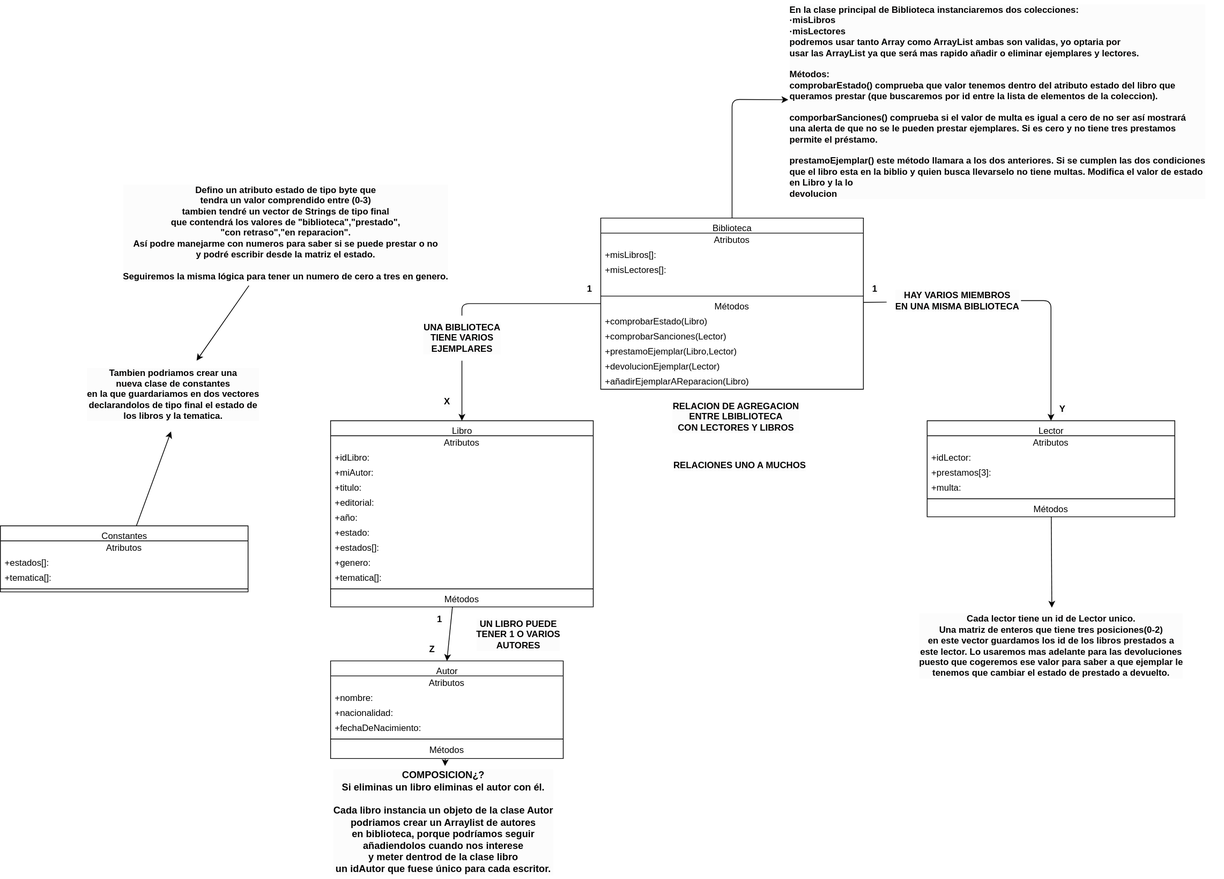
Before: Diagramas UML/Ejercicio 2.drawio.svg, a diagram exported from draw.io (MateoCarballo/Ejercicios-Diagramas-AulaVirtual). Source tidied: cells renumbered, new cells last; positions are measured from the earlier drawing's top-left corner, leaving out a move shared by most shapes.
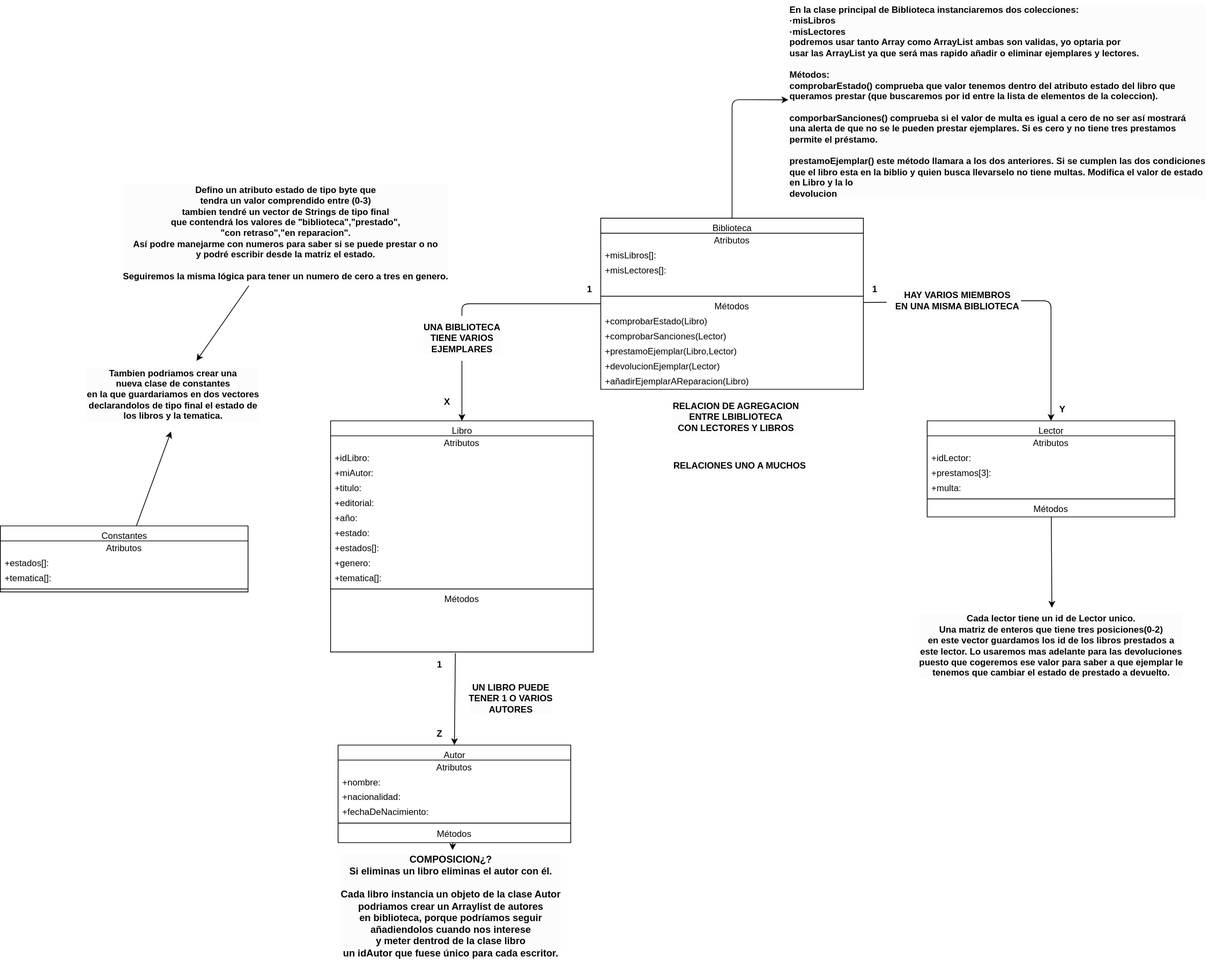
Later version of the same file.

Commit message:
Ejercicio 4 a medio camino

The edit, as a diff of the source:
```diff
@@ -57,11 +57,11 @@
     <mxCell id="16" value="+añadirEjemplarAReparacion(Libro)&lt;span style=&quot;white-space: pre;&quot;&gt;&#9;&lt;/span&gt;&lt;span style=&quot;white-space: pre;&quot;&gt;&#9;&lt;/span&gt;&lt;span style=&quot;white-space: pre;&quot;&gt;&#9;&lt;/span&gt;&lt;span style=&quot;white-space: pre;&quot;&gt;&#9;&lt;/span&gt;void" style="text;html=1;strokeColor=none;fillColor=none;align=left;verticalAlign=middle;spacingLeft=4;spacingRight=4;overflow=hidden;rounded=0;" parent="5" vertex="1">
       <mxGeometry y="208" width="350" height="20" as="geometry" />
     </mxCell>
-    <mxCell id="17" style="edgeStyle=none;html=1;entryX=0.5;entryY=0;entryDx=0;entryDy=0;" parent="1" edge="1" source="18" target="32">
+    <mxCell id="17" style="edgeStyle=none;html=1;entryX=0.5;entryY=0;entryDx=0;entryDy=0;exitX=0.475;exitY=1.082;exitDx=0;exitDy=0;exitPerimeter=0;" parent="1" edge="1" source="75" target="32">
       <mxGeometry relative="1" as="geometry" />
     </mxCell>
     <mxCell id="18" value="Libro" style="swimlane;fontStyle=0;align=center;verticalAlign=top;horizontal=1;startSize=20;html=1;rounded=0;swimlaneFillColor=default;" parent="1" vertex="1">
-      <mxGeometry x="440" y="560" width="350" height="248" as="geometry" />
+      <mxGeometry x="440" y="560" width="350" height="308" as="geometry" />
     </mxCell>
     <mxCell id="19" value="Atributos" style="text;html=1;strokeColor=none;fillColor=none;align=center;verticalAlign=middle;spacingLeft=4;spacingRight=4;overflow=hidden;rounded=0;" parent="18" vertex="1">
       <mxGeometry y="20" width="350" height="20" as="geometry" />
@@ -99,11 +99,20 @@
     <mxCell id="30" value="Métodos" style="text;html=1;strokeColor=none;fillColor=none;align=center;verticalAlign=middle;spacingLeft=4;spacingRight=4;overflow=hidden;rounded=0;" parent="18" vertex="1">
       <mxGeometry y="228" width="350" height="20" as="geometry" />
     </mxCell>
+    <mxCell id="73" style="text;html=1;strokeColor=none;fillColor=none;align=center;verticalAlign=middle;spacingLeft=4;spacingRight=4;overflow=hidden;rounded=0;" parent="18" vertex="1">
+      <mxGeometry y="248" width="350" height="20" as="geometry" />
+    </mxCell>
+    <mxCell id="74" style="text;html=1;strokeColor=none;fillColor=none;align=center;verticalAlign=middle;spacingLeft=4;spacingRight=4;overflow=hidden;rounded=0;" parent="18" vertex="1">
+      <mxGeometry y="268" width="350" height="20" as="geometry" />
+    </mxCell>
+    <mxCell id="75" style="text;html=1;strokeColor=none;fillColor=none;align=center;verticalAlign=middle;spacingLeft=4;spacingRight=4;overflow=hidden;points=[[0,0.5],[1,0.5]];portConstraint=eastwest;rounded=0;" parent="18" vertex="1">
+      <mxGeometry y="288" width="350" height="20" as="geometry" />
+    </mxCell>
     <mxCell id="31" style="edgeStyle=none;html=1;" parent="1" edge="1" source="32" target="39">
       <mxGeometry relative="1" as="geometry" />
     </mxCell>
     <mxCell id="32" value="Autor" style="swimlane;fontStyle=0;align=center;verticalAlign=top;horizontal=1;startSize=20;html=1;rounded=0;swimlaneFillColor=default;" parent="1" vertex="1">
-      <mxGeometry x="440" y="880" width="310" height="130" as="geometry" />
+      <mxGeometry x="450" y="992" width="310" height="130" as="geometry" />
     </mxCell>
     <mxCell id="33" value="Atributos" style="text;html=1;strokeColor=none;fillColor=none;align=center;verticalAlign=middle;spacingLeft=4;spacingRight=4;overflow=hidden;rounded=0;" parent="32" vertex="1">
       <mxGeometry y="20" width="310" height="20" as="geometry" />
@@ -124,7 +133,7 @@
       <mxGeometry y="108" width="310" height="22" as="geometry" />
     </mxCell>
     <mxCell id="39" value="COMPOSICION¿?&lt;br&gt;Si eliminas un libro eliminas el autor con él.&lt;br&gt;&lt;br&gt;Cada libro instancia un objeto de la clase Autor&lt;br style=&quot;font-size: 13px;&quot;&gt;podriamos crear un Arraylist de autores&lt;br style=&quot;font-size: 13px;&quot;&gt;&amp;nbsp;en biblioteca, porque podríamos seguir&amp;nbsp;&lt;br style=&quot;font-size: 13px;&quot;&gt;añadiendolos cuando nos interese &lt;br style=&quot;font-size: 13px;&quot;&gt;y meter dentrod de la clase libro&lt;br style=&quot;font-size: 13px;&quot;&gt;un idAutor que fuese único para cada escritor." style="text;html=1;align=center;verticalAlign=middle;points=[];strokeColor=none;fillColor=none;fontColor=#050505;labelBackgroundColor=#fcfcfc;fontStyle=1;fontSize=13;rounded=0;" parent="1" vertex="1">
-      <mxGeometry x="430" y="1020" width="320" height="150" as="geometry" />
+      <mxGeometry x="440" y="1132" width="320" height="150" as="geometry" />
     </mxCell>
     <mxCell id="40" style="edgeStyle=none;html=1;fontSize=13;fontColor=#050505;rounded=0;" parent="1" edge="1" source="41" target="58">
       <mxGeometry relative="1" as="geometry" />
@@ -201,13 +210,13 @@
       <mxGeometry x="1400" y="530" width="30" height="30" as="geometry" />
     </mxCell>
     <mxCell id="64" value="1" style="text;html=1;align=center;verticalAlign=middle;strokeColor=none;fillColor=none;fontStyle=1;fontSize=12;labelPosition=center;verticalLabelPosition=middle;labelBackgroundColor=#fcfcfc;fontColor=#030202;rounded=0;" parent="1" vertex="1">
-      <mxGeometry x="570" y="810" width="30" height="30" as="geometry" />
+      <mxGeometry x="570" y="870" width="30" height="30" as="geometry" />
     </mxCell>
     <mxCell id="65" value="Z" style="text;html=1;align=center;verticalAlign=middle;strokeColor=none;fillColor=none;fontStyle=1;fontSize=12;labelPosition=center;verticalLabelPosition=middle;labelBackgroundColor=#fcfcfc;fontColor=#030202;rounded=0;" parent="1" vertex="1">
-      <mxGeometry x="560" y="850" width="30" height="30" as="geometry" />
+      <mxGeometry x="570" y="962" width="30" height="30" as="geometry" />
     </mxCell>
     <mxCell id="66" value="UN LIBRO PUEDE&lt;br&gt;TENER 1 O VARIOS&amp;nbsp;&lt;br&gt;AUTORES" style="text;html=1;align=center;verticalAlign=middle;strokeColor=none;fillColor=none;fontStyle=1;fontSize=12;labelPosition=center;verticalLabelPosition=middle;labelBackgroundColor=#fcfcfc;fontColor=#030202;rounded=0;" parent="1" vertex="1">
-      <mxGeometry x="620" y="815" width="140" height="60" as="geometry" />
+      <mxGeometry x="610" y="900" width="140" height="60" as="geometry" />
     </mxCell>
     <mxCell id="67" value="RELACIONES UNO A MUCHOS" style="text;html=1;align=center;verticalAlign=middle;strokeColor=none;fillColor=none;fontStyle=1;fontSize=12;labelPosition=center;verticalLabelPosition=middle;labelBackgroundColor=#fcfcfc;fontColor=#030202;rounded=0;" parent="1" vertex="1">
       <mxGeometry x="885" y="605" width="200" height="30" as="geometry" />
```
